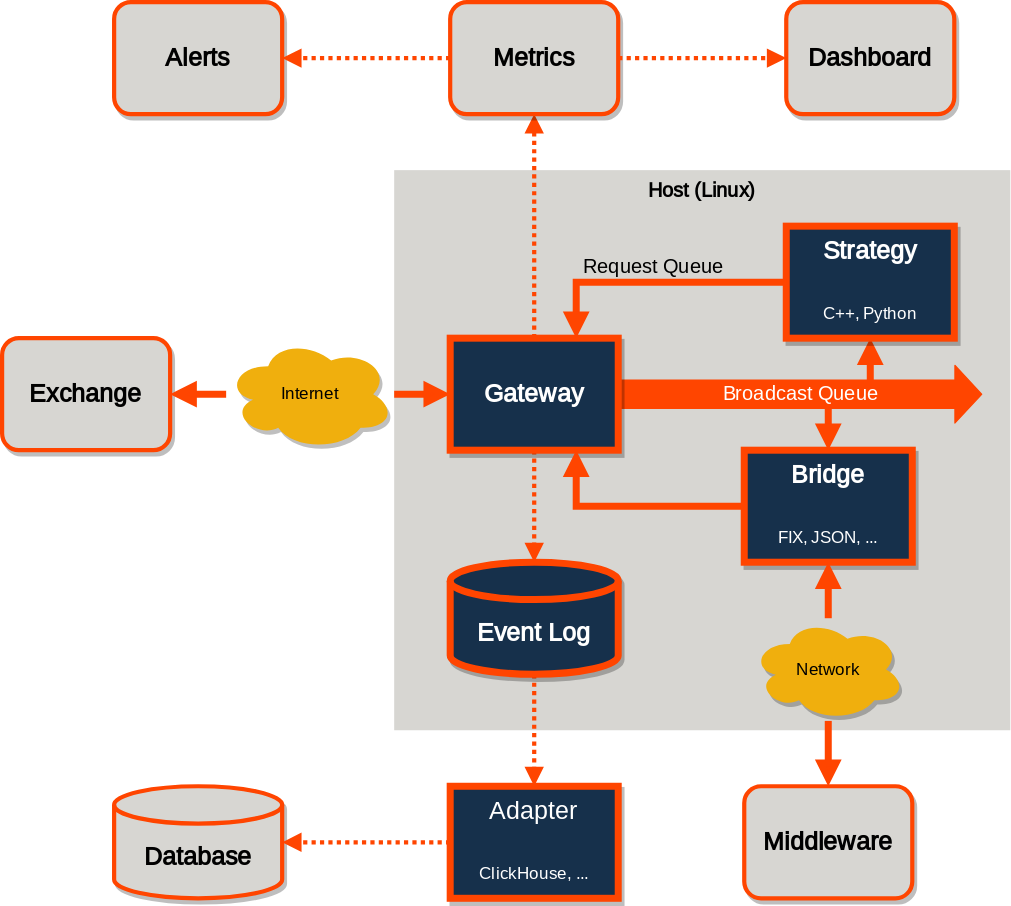
roq-trading/.github keeps this draw.io diagram as profile/architecture_reference.svg. Above is the earlier version. Source tidied: cells renumbered, new cells last; positions are measured from the earlier drawing's top-left corner, leaving out a move shared by most shapes.
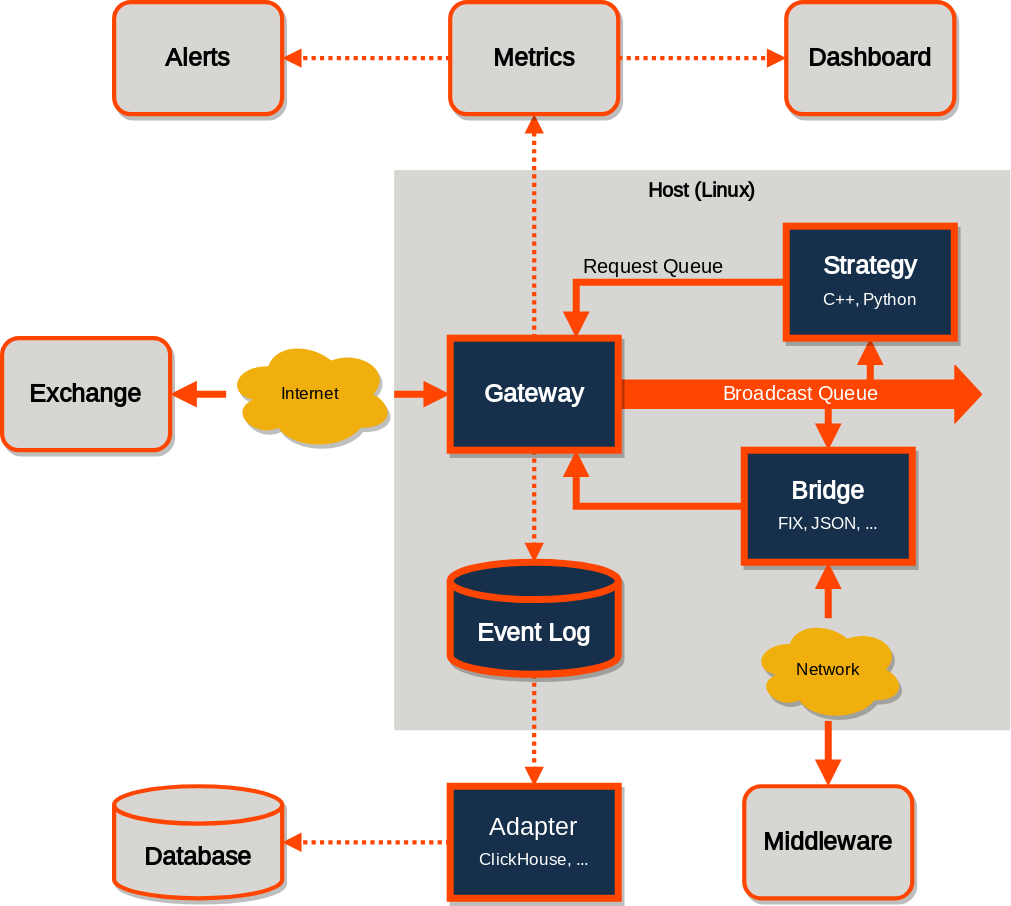
After the change.

The edit, as a diff of the source:
```diff
@@ -32,10 +32,10 @@
     <mxCell id="9" value="Gateway" style="rounded=0;whiteSpace=wrap;html=1;labelBackgroundColor=none;fontStyle=1;fontColor=#FFFFFF;fillColor=#16304b;strokeColor=#ff4500;strokeWidth=5;fontFamily=Quattrocento Sans;fontSource=https%3A%2F%2Ffonts.googleapis.com%2Fcss%3Ffamily%3DQuattrocento%2BSans;fontSize=18;shadow=1;" parent="1" vertex="1">
       <mxGeometry x="320" y="240" width="120" height="80" as="geometry" />
     </mxCell>
-    <mxCell id="10" value="&lt;b&gt;Strategy&lt;/b&gt;&lt;font style=&quot;font-size: 12px;&quot;&gt;&lt;br style=&quot;&quot;&gt;&lt;font style=&quot;font-size: 12px;&quot;&gt;&lt;br style=&quot;&quot;&gt;C++, Python&lt;/font&gt;&lt;/font&gt;" style="rounded=0;whiteSpace=wrap;html=1;fontStyle=0;fontColor=#FFFFFF;fillColor=#16304b;strokeColor=#ff4500;strokeWidth=5;fontFamily=Quattrocento Sans;fontSource=https%3A%2F%2Ffonts.googleapis.com%2Fcss%3Ffamily%3DQuattrocento%2BSans;fontSize=18;shadow=1;" parent="1" vertex="1">
+    <mxCell id="10" value="&lt;b&gt;Strategy&lt;/b&gt;&lt;font style=&quot;font-size: 12px;&quot;&gt;&lt;font style=&quot;font-size: 12px;&quot;&gt;&lt;br style=&quot;&quot;&gt;C++, Python&lt;/font&gt;&lt;/font&gt;" style="rounded=0;whiteSpace=wrap;html=1;fontStyle=0;fontColor=#FFFFFF;fillColor=#16304b;strokeColor=#ff4500;strokeWidth=5;fontFamily=Quattrocento Sans;fontSource=https%3A%2F%2Ffonts.googleapis.com%2Fcss%3Ffamily%3DQuattrocento%2BSans;fontSize=18;shadow=1;" parent="1" vertex="1">
       <mxGeometry x="560" y="160" width="120" height="80" as="geometry" />
     </mxCell>
-    <mxCell id="11" value="&lt;b&gt;Bridge&lt;/b&gt;&lt;font style=&quot;font-size: 12px;&quot;&gt;&lt;br style=&quot;&quot;&gt;&lt;br style=&quot;&quot;&gt;FIX, JSON, ...&lt;/font&gt;" style="rounded=0;whiteSpace=wrap;html=1;fontStyle=0;fontColor=#FFFFFF;fillColor=#16304b;strokeColor=#ff4500;strokeWidth=5;fontFamily=Quattrocento Sans;fontSource=https%3A%2F%2Ffonts.googleapis.com%2Fcss%3Ffamily%3DQuattrocento%2BSans;fontSize=18;shadow=1;" parent="1" vertex="1">
+    <mxCell id="11" value="&lt;b&gt;Bridge&lt;/b&gt;&lt;font style=&quot;font-size: 12px;&quot;&gt;&lt;br style=&quot;&quot;&gt;FIX, JSON, ...&lt;/font&gt;" style="rounded=0;whiteSpace=wrap;html=1;fontStyle=0;fontColor=#FFFFFF;fillColor=#16304b;strokeColor=#ff4500;strokeWidth=5;fontFamily=Quattrocento Sans;fontSource=https%3A%2F%2Ffonts.googleapis.com%2Fcss%3Ffamily%3DQuattrocento%2BSans;fontSize=18;shadow=1;" parent="1" vertex="1">
       <mxGeometry x="530" y="320" width="120" height="80" as="geometry" />
     </mxCell>
     <mxCell id="12" value="Exchange" style="rounded=1;whiteSpace=wrap;html=1;labelBackgroundColor=none;fontStyle=1;fontColor=#000000;fillColor=#D7D6D2;strokeColor=#ff4500;strokeWidth=3;fontFamily=Quattrocento Sans;fontSource=https%3A%2F%2Ffonts.googleapis.com%2Fcss%3Ffamily%3DQuattrocento%2BSans;fontSize=18;shadow=1;" parent="1" vertex="1">
@@ -44,7 +44,7 @@
     <mxCell id="13" value="&lt;br style=&quot;font-size: 18px;&quot;&gt;Event Log" style="strokeWidth=5;html=1;shape=mxgraph.flowchart.database;whiteSpace=wrap;strokeColor=#FF4500;fillColor=#16304B;fontColor=#FFFFFF;verticalAlign=middle;fontFamily=Quattrocento Sans;fontSource=https%3A%2F%2Ffonts.googleapis.com%2Fcss%3Ffamily%3DQuattrocento%2BSans;fontSize=18;fontStyle=1;shadow=1;" parent="1" vertex="1">
       <mxGeometry x="320" y="400" width="120" height="80" as="geometry" />
     </mxCell>
-    <mxCell id="14" value="Adapter&lt;font style=&quot;font-size: 12px;&quot;&gt;&lt;br style=&quot;&quot;&gt;&lt;br style=&quot;&quot;&gt;ClickHouse, ...&lt;/font&gt;" style="rounded=0;whiteSpace=wrap;html=1;labelBackgroundColor=none;fontStyle=0;fontColor=#FFFFFF;fillColor=#16304B;strokeColor=#FF4500;strokeWidth=5;fontFamily=Quattrocento Sans;fontSource=https%3A%2F%2Ffonts.googleapis.com%2Fcss%3Ffamily%3DQuattrocento%2BSans;fontSize=18;shadow=1;" parent="1" vertex="1">
+    <mxCell id="14" value="Adapter&lt;font style=&quot;font-size: 12px;&quot;&gt;&lt;br style=&quot;&quot;&gt;ClickHouse, ...&lt;/font&gt;" style="rounded=0;whiteSpace=wrap;html=1;labelBackgroundColor=none;fontStyle=0;fontColor=#FFFFFF;fillColor=#16304B;strokeColor=#FF4500;strokeWidth=5;fontFamily=Quattrocento Sans;fontSource=https%3A%2F%2Ffonts.googleapis.com%2Fcss%3Ffamily%3DQuattrocento%2BSans;fontSize=18;shadow=1;" parent="1" vertex="1">
       <mxGeometry x="320" y="560" width="120" height="80" as="geometry" />
     </mxCell>
     <mxCell id="15" value="&lt;br style=&quot;font-size: 18px;&quot;&gt;Database" style="strokeWidth=3;html=1;shape=mxgraph.flowchart.database;whiteSpace=wrap;strokeColor=#FF4500;fillColor=#D7D6D2;fontColor=#000000;verticalAlign=middle;fontFamily=Quattrocento Sans;fontSource=https%3A%2F%2Ffonts.googleapis.com%2Fcss%3Ffamily%3DQuattrocento%2BSans;fontSize=18;fontStyle=1;shadow=1;" parent="1" vertex="1">
```
